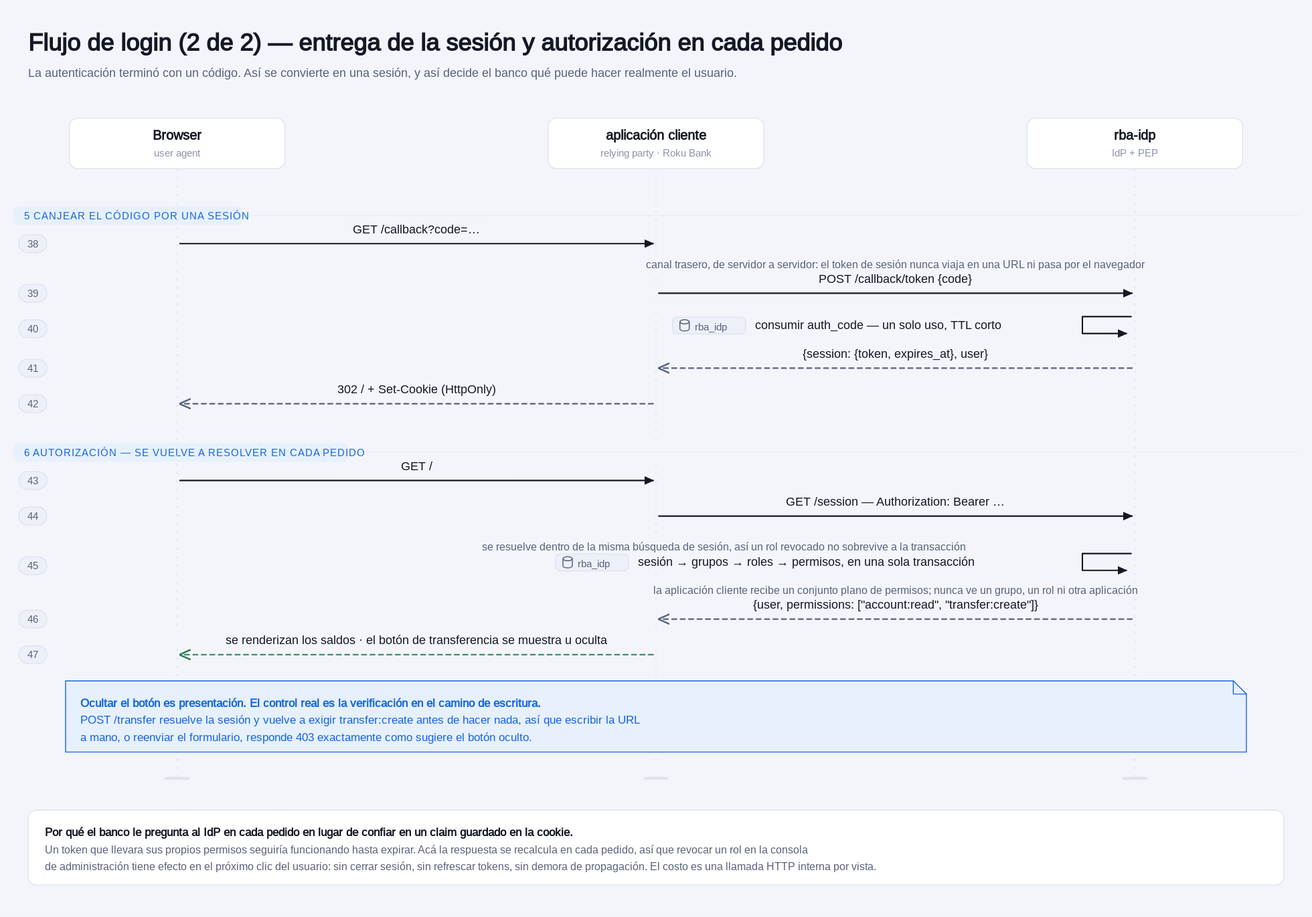
roku-pfi/docs keeps this PlantUML diagram as diagrams/svg/02-session-authorization.svg. Above is the earlier version. Its source is kept beside it as diagrams/puml/02-session-authorization.puml. The source it was exported from:
```plantuml
@startuml 02-session-authorization

!include _style_seq.puml

title Flujo de login (2 de 2) — entrega de la sesión y autorización en cada pedido

header
La autenticación terminó con un código. Así se convierte en una sesión, y así
decide el banco qué puede hacer realmente el usuario.
endheader

actor "Browser" as B <<user agent>>
box "namespace demo" #FFFFFF00
  participant "rba-demo-banking" as BANK <<relying party>>
end box
box "namespace rba" #FFFFFF00
  participant "rba-idp" as IDP <<IdP + PEP>>
end box

autonumber 33

== 5  CANJEAR EL CÓDIGO POR UNA SESIÓN ==

B -> BANK : GET /callback?code=…
BANK -> IDP : POST /callback/token {code}
note right of BANK
canal trasero, de servidor a servidor: el token de sesión
nunca viaja en una URL ni pasa por el navegador
end note
IDP -> IDP : consumir auth_code — un solo uso, TTL corto  <font color=#8A93A8><size:10>rba_idp</size></font>
IDP --> BANK : {session: {token, expires_at}, user}
BANK --> B : 302 / + Set-Cookie (HttpOnly)

== 6  AUTORIZACIÓN — SE VUELVE A RESOLVER EN CADA PEDIDO ==

B -> BANK : GET /
BANK -> IDP : GET /session — Authorization: Bearer …
IDP -> IDP : sesión → grupos → roles → permisos, en una sola transacción  <font color=#8A93A8><size:10>rba_idp</size></font>
note right of IDP
se resuelve dentro de la misma búsqueda de sesión, así un rol
revocado no sobrevive a la transacción
end note
IDP --> BANK : {user, permissions: ["account:read", "transfer:create"]}
note right of BANK
la aplicación cliente recibe un conjunto plano de permisos;
nunca ve un grupo, un rol ni otra aplicación
end note
BANK -[#2F8055]-> B : se renderizan los saldos · el botón de transferencia se muestra u oculta

note over B, IDP #E9ECFD
Ocultar el botón es presentación. El control real es la verificación en el camino de escritura.
POST /transfer resuelve la sesión y vuelve a exigir transfer:create antes de hacer nada, así que
escribir la URL a mano, o reenviar el formulario, responde 403 exactamente como sugiere el botón oculto.
end note

legend
Por qué el banco le pregunta al IdP en cada pedido en lugar de confiar en un claim guardado en la cookie.
Un token que llevara sus propios permisos seguiría funcionando hasta expirar. Acá la respuesta se recalcula
en cada pedido, así que revocar un rol en la consola de administración tiene efecto en el próximo clic del
usuario: sin cerrar sesión, sin refrescar tokens, sin demora de propagación. El costo es una llamada HTTP
interna por vista.
end legend

@enduml
```
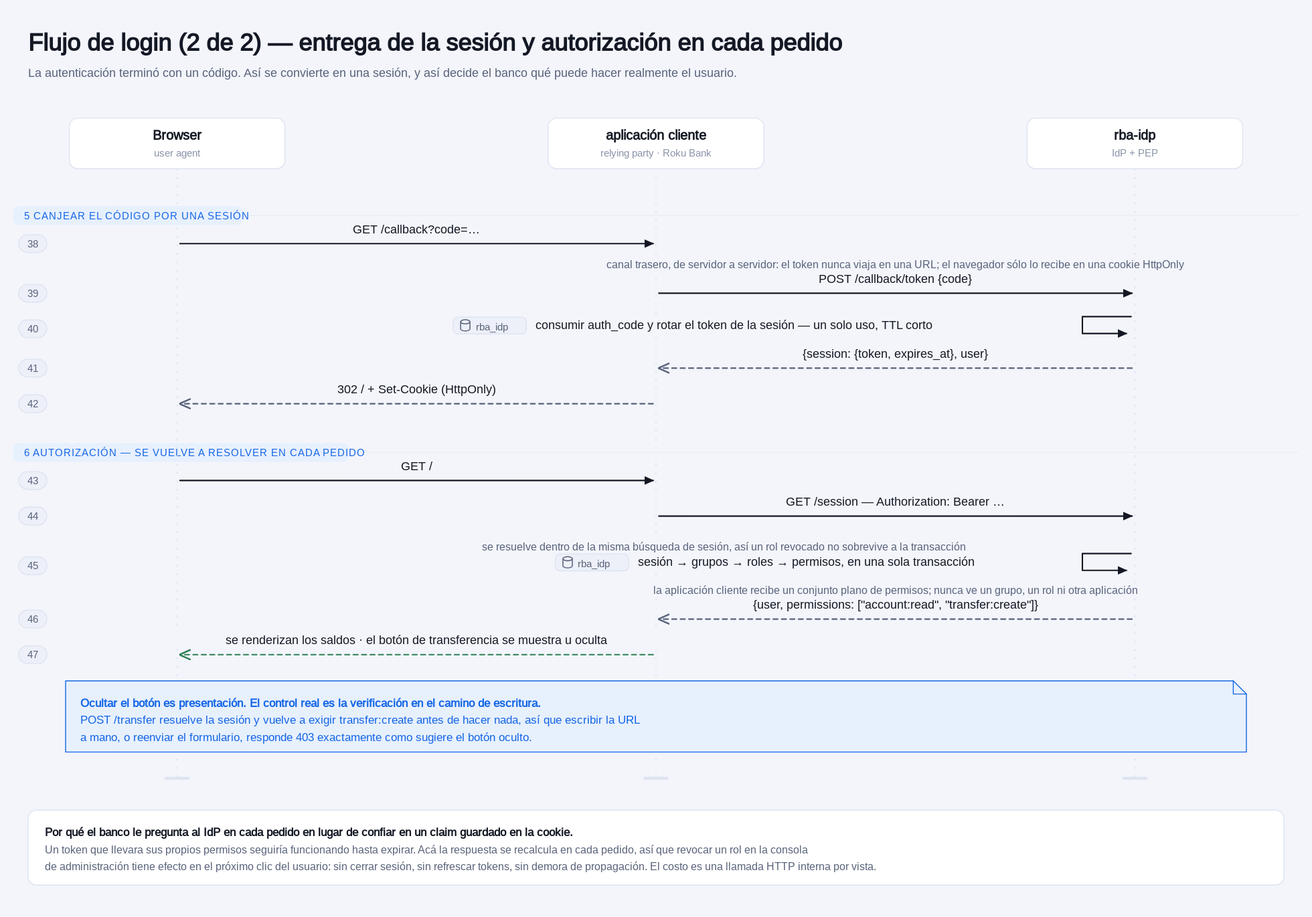
After the commit.

Commit message:
docs: C2 fix (session hash in auth_codes), informe note 18; sequence figures use break and the HttpOnly note

What changed in the source:
```diff
@@ -24,10 +24,10 @@
 B -> BANK : GET /callback?code=…
 BANK -> IDP : POST /callback/token {code}
 note right of BANK
-canal trasero, de servidor a servidor: el token de sesión
-nunca viaja en una URL ni pasa por el navegador
+canal trasero, de servidor a servidor: el token nunca viaja
+en una URL; el navegador sólo lo recibe en una cookie HttpOnly
 end note
-IDP -> IDP : consumir auth_code — un solo uso, TTL corto  <font color=#8A93A8><size:10>rba_idp</size></font>
+IDP -> IDP : consumir auth_code y rotar el token de la sesión — un solo uso, TTL corto  <font color=#8A93A8><size:10>rba_idp</size></font>
 IDP --> BANK : {session: {token, expires_at}, user}
 BANK --> B : 302 / + Set-Cookie (HttpOnly)
 
```
